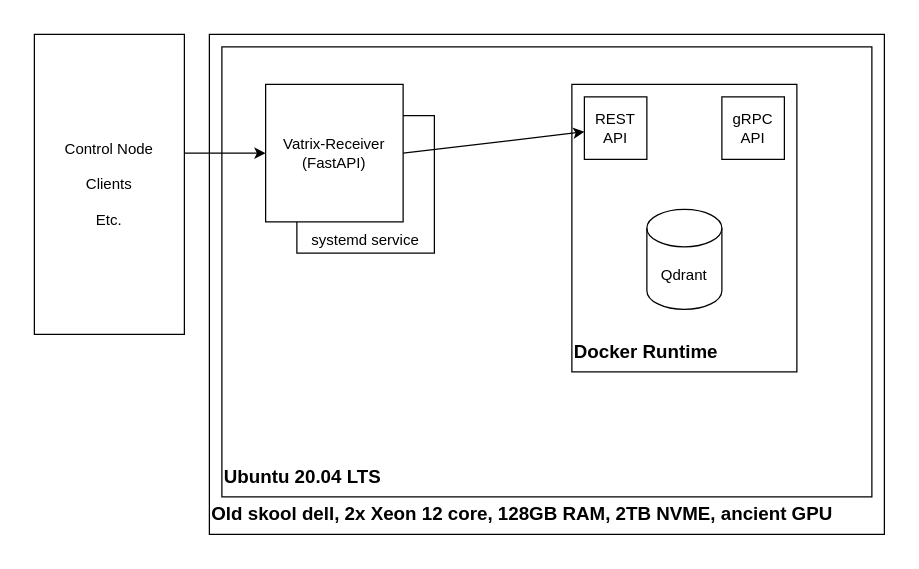
This is page "Page-2" (2 of 3) of Untitled Diagram.drawio from brianbatesactual/draw, a draw.io file, before an edit. Source tidied: cells renumbered, new cells numbered last; positions are measured from the earlier drawing's top-left corner, leaving out a move shared by most shapes. Both pictures are drawn from the tidied source at 125%, with x=0, y=0 at pixel (34, 34).
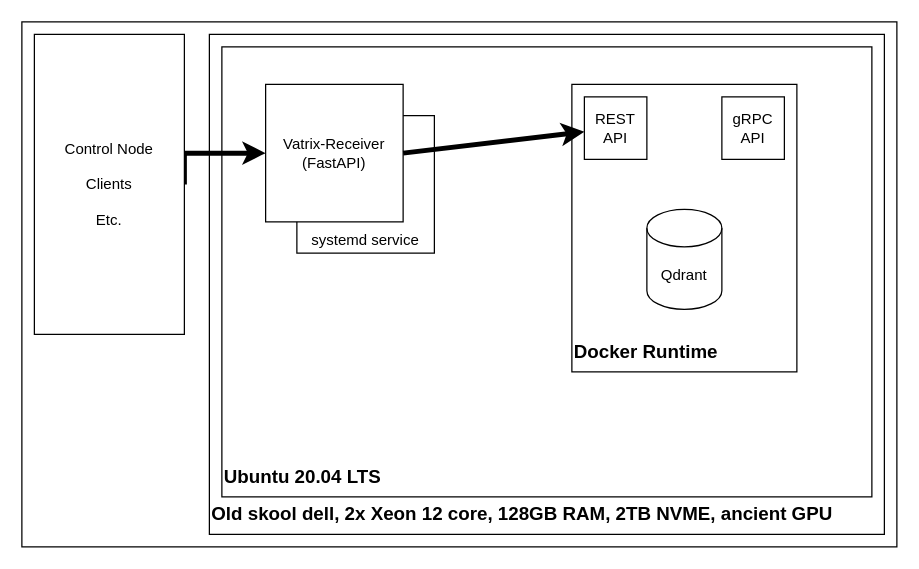
The same diagram, later.

The change refers to these unchanged cells:
```xml
<mxCell id="7" style="group;" parent="2" vertex="1">
  <mxGeometry x="290" y="40" width="200" height="230" as="geometry" />
</mxCell>
<mxCell id="14" value="Control Node&lt;div&gt;&lt;br&gt;&lt;/div&gt;&lt;div&gt;Clients&lt;/div&gt;&lt;div&gt;&lt;br&gt;&lt;/div&gt;&lt;div&gt;Etc.&lt;/div&gt;" style="rounded=0;whiteSpace=wrap;html=1;" parent="1" vertex="1">
  <mxGeometry width="120" height="240" as="geometry" />
</mxCell>
```

Change to the diagram source:
```diff
@@
+    <mxCell id="19" style="rounded=0;whiteSpace=wrap;html=1;" parent="1" vertex="1">
+      <mxGeometry x="-10" y="-10" width="700" height="420" as="geometry" />
+    </mxCell>
@@
-    <mxCell id="11" value="REST API" style="rounded=0;whiteSpace=wrap;html=1;" parent="7" vertex="1">
+    <mxCell id="11" value="REST API" style="rounded=0;whiteSpace=wrap;html=1;strokeColor=light-dark(#000000,#009900);" parent="7" vertex="1">
       <mxGeometry x="10" y="10" width="50" height="50" as="geometry" />
     </mxCell>
@@
-    <mxCell id="13" style="edgeStyle=orthogonalEdgeStyle;rounded=0;jettySize=auto;html=1;exitX=1;exitY=0.5;exitDx=0;exitDy=0;" parent="1" edge="1" source="14" target="16">
+    <mxCell id="13" style="edgeStyle=orthogonalEdgeStyle;rounded=0;jettySize=auto;html=1;exitX=1;exitY=0.5;exitDx=0;exitDy=0;strokeColor=light-dark(#000000,#0050EF);strokeWidth=4;" parent="1" edge="1" source="14" target="16">
       <mxGeometry relative="1" as="geometry">
         <Array as="points">
           <mxPoint x="120" y="95" />
         </Array>
       </mxGeometry>
     </mxCell>
@@
-    <mxCell id="15" style="rounded=0;whiteSpace=wrap;html=1;align=left;" parent="1" vertex="1">
+    <mxCell id="15" style="rounded=0;whiteSpace=wrap;html=1;align=left;strokeColor=light-dark(#000000,#009900);" parent="1" vertex="1">
       <mxGeometry x="210" y="65" width="110" height="110" as="geometry" />
     </mxCell>
-    <mxCell id="16" value="Vatrix-Receiver (FastAPI)" style="rounded=0;whiteSpace=wrap;html=1;" parent="1" vertex="1">
+    <mxCell id="16" value="Vatrix-Receiver (FastAPI)" style="rounded=0;whiteSpace=wrap;html=1;strokeColor=light-dark(#000000,#009900);" parent="1" vertex="1">
       <mxGeometry x="185" y="40" width="110" height="110" as="geometry" />
     </mxCell>
@@
-    <mxCell id="18" style="endArrow=classic;html=1;rounded=0;exitX=1;exitY=0.5;exitDx=0;exitDy=0;" parent="1" edge="1" source="16" target="11">
+    <mxCell id="18" style="endArrow=classic;html=1;rounded=0;exitX=1;exitY=0.5;exitDx=0;exitDy=0;strokeColor=light-dark(#000000,#0050EF);strokeWidth=4;" parent="1" edge="1" source="16" target="11">
       <mxGeometry relative="1" as="geometry" />
     </mxCell>
```
